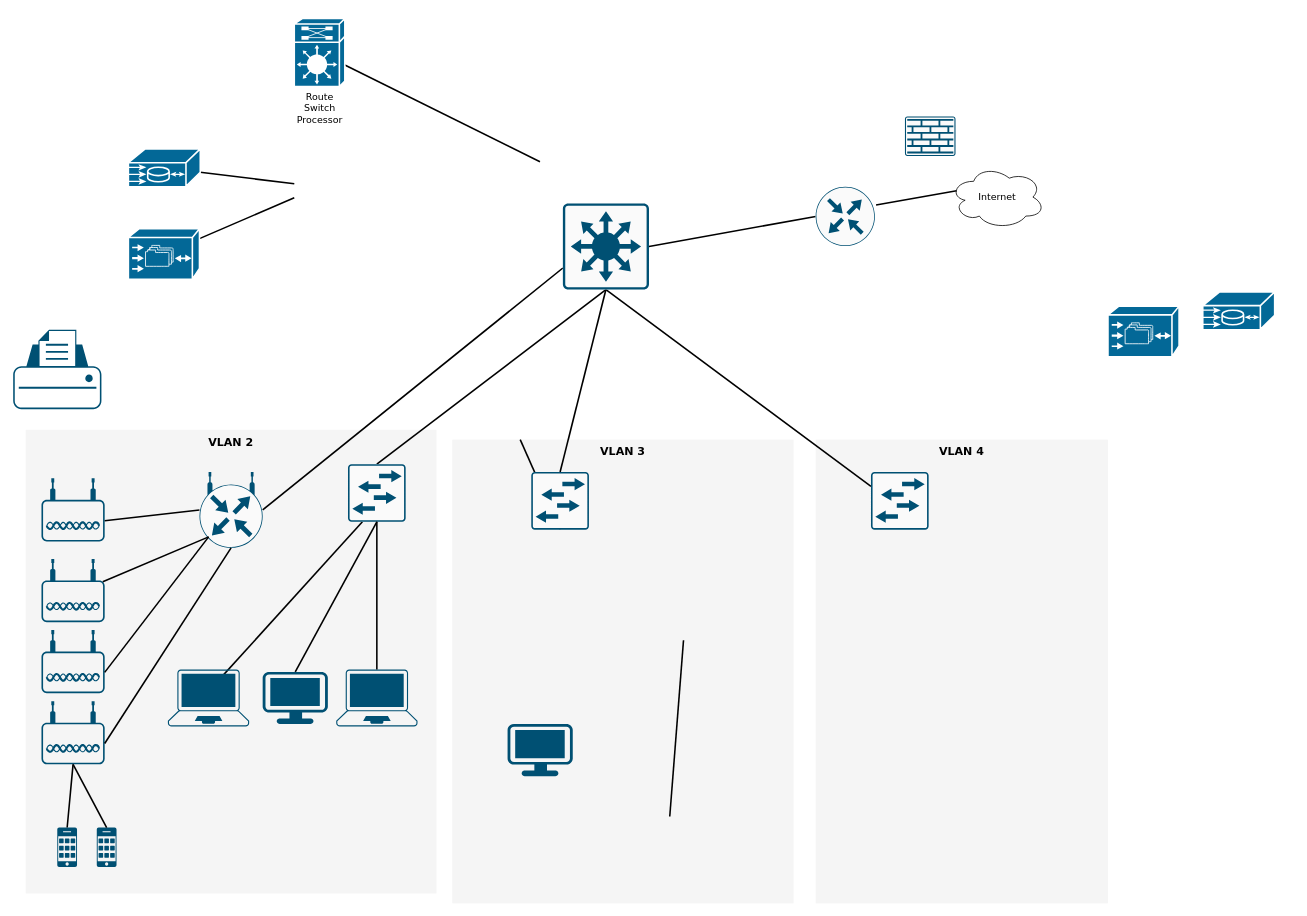
This is 未命名绘图.drawio from hayden-pzhou/drawioChart, a draw.io file, before an edit. Source tidied: cells renumbered, new cells numbered last; positions are measured from the earlier drawing's top-left corner, leaving out a move shared by most shapes. Both pictures are drawn from the tidied source at 79%, with x=0, y=0 at pixel (13, 18).
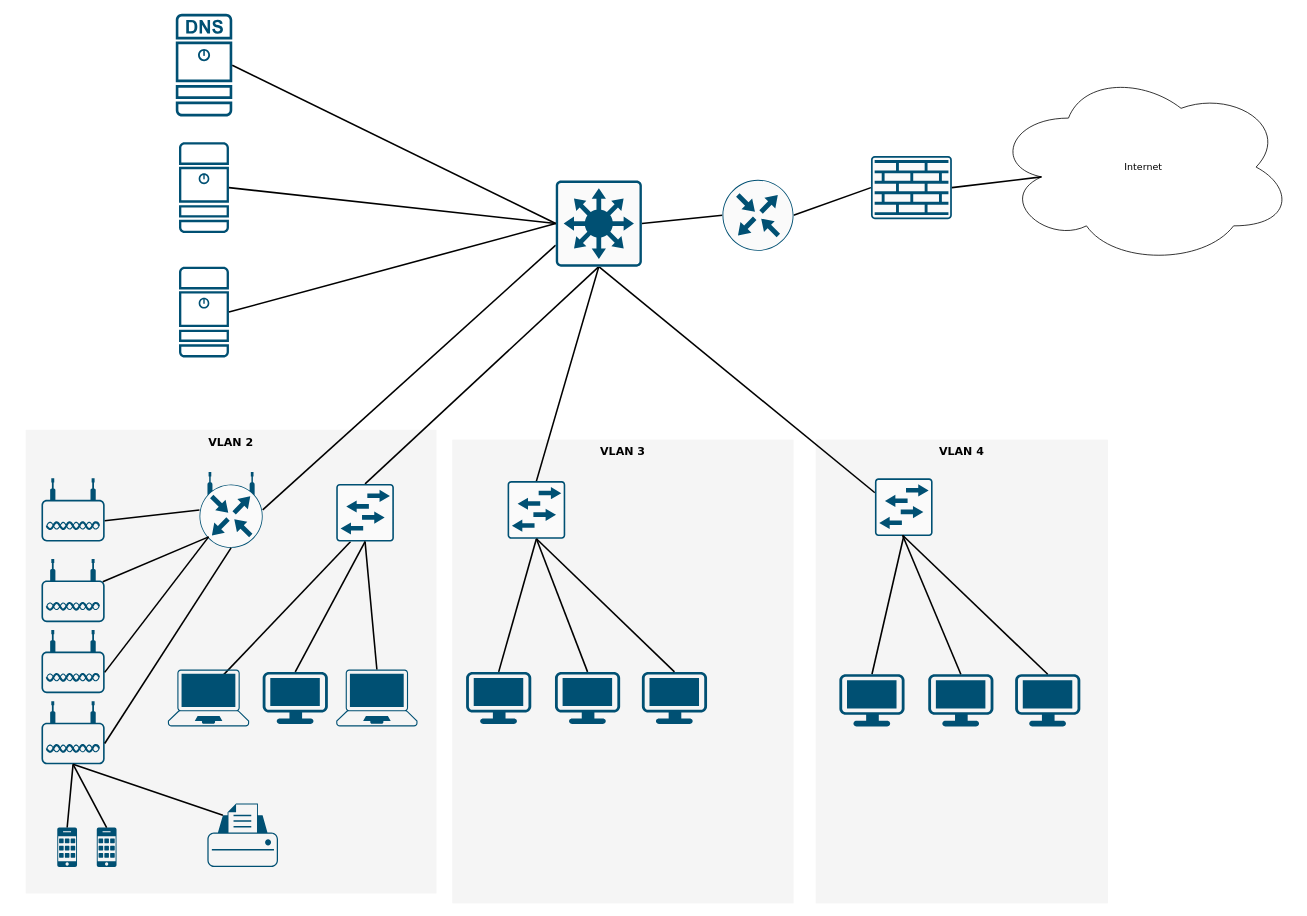
Above is the later version.

Commit message (it also covers changes not shown here):
更新未命名绘图.drawio

The change refers to these unchanged cells:
```xml
<mxCell id="3" value="VLAN 3" style="whiteSpace=wrap;html=1;rounded=0;shadow=0;comic=0;strokeWidth=1;fontFamily=Verdana;fontSize=14;fillColor=#f5f5f5;strokeColor=none;fontStyle=1;verticalAlign=top;" parent="1" vertex="1">
  <mxGeometry x="556" y="533" width="432" height="587" as="geometry" />
</mxCell>
<mxCell id="39" style="points=[[0.03,0.36,0],[0.18,0,0],[0.5,0.34,0],[0.82,0,0],[0.97,0.36,0],[1,0.67,0],[0.975,0.975,0],[0.5,1,0],[0.025,0.975,0],[0,0.67,0]];verticalLabelPosition=bottom;sketch=0;html=1;verticalAlign=top;align=center;shape=mxgraph.cisco19.wireless_access_point;fillColor=#005073;strokeColor=none;" parent="1" vertex="1">
  <mxGeometry x="36" y="864" width="80" height="80" as="geometry" />
</mxCell>
```

Change to the diagram source:
```diff
@@
-    <mxCell id="5" style="edgeStyle=none;html=1;labelBackgroundColor=none;startFill=0;endArrow=none;endFill=0;strokeWidth=2;fontFamily=Verdana;fontSize=12;" parent="1" edge="1" source="6">
-      <mxGeometry relative="1" as="geometry">
-        <mxPoint x="667" y="181.2" as="targetPoint" />
-      </mxGeometry>
-    </mxCell>
-    <mxCell id="6" value="Route&lt;div&gt;Switch&lt;/div&gt;&lt;div&gt;Processor&lt;/div&gt;" style="shape=mxgraph.cisco.misc.route_switch_processor;html=1;dashed=0;fillColor=#036897;strokeColor=#ffffff;strokeWidth=2;verticalLabelPosition=bottom;verticalAlign=top;rounded=0;shadow=0;comic=0;fontFamily=Verdana;fontSize=12;" parent="1" vertex="1">
-      <mxGeometry x="356" width="64" height="86" as="geometry" />
-    </mxCell>
@@
-    <mxCell id="11" style="edgeStyle=none;html=1;labelBackgroundColor=none;startFill=0;endArrow=none;endFill=0;strokeWidth=2;fontFamily=Verdana;fontSize=12;" parent="1" edge="1" target="14">
-      <mxGeometry relative="1" as="geometry">
-        <mxPoint x="356" y="209.1" as="sourcePoint" />
-      </mxGeometry>
-    </mxCell>
-    <mxCell id="12" style="edgeStyle=none;html=1;labelBackgroundColor=none;startFill=0;endArrow=none;endFill=0;strokeWidth=2;fontFamily=Verdana;fontSize=12;" parent="1" edge="1" target="13">
-      <mxGeometry relative="1" as="geometry">
-        <mxPoint x="356" y="226.8" as="sourcePoint" />
-      </mxGeometry>
-    </mxCell>
-    <mxCell id="13" style="shape=mxgraph.cisco.storage.cisco_file_engine;html=1;dashed=0;fillColor=#036897;strokeColor=#ffffff;strokeWidth=2;verticalLabelPosition=bottom;verticalAlign=top;rounded=0;shadow=0;comic=0;fontFamily=Verdana;fontSize=12;" parent="1" vertex="1">
-      <mxGeometry x="146" y="266" width="90" height="64" as="geometry" />
-    </mxCell>
-    <mxCell id="14" style="shape=mxgraph.cisco.misc.me1100;html=1;dashed=0;fillColor=#036897;strokeColor=#ffffff;strokeWidth=2;verticalLabelPosition=bottom;verticalAlign=top;rounded=0;shadow=0;comic=0;fontFamily=Verdana;fontSize=12;" parent="1" vertex="1">
-      <mxGeometry x="146" y="165" width="91" height="48" as="geometry" />
-    </mxCell>
     <mxCell id="15" value="Internet" style="ellipse;shape=cloud;whiteSpace=wrap;html=1;rounded=0;shadow=0;comic=0;strokeWidth=1;fontFamily=Verdana;fontSize=12;" parent="1" vertex="1">
-      <mxGeometry x="1186" y="186" width="120" height="80" as="geometry" />
+      <mxGeometry x="1241" y="64" width="380" height="248" as="geometry" />
     </mxCell>
@@
-    <mxCell id="17" style="shape=mxgraph.cisco.misc.me1100;html=1;dashed=0;fillColor=#036897;strokeColor=#ffffff;strokeWidth=2;verticalLabelPosition=bottom;verticalAlign=top;rounded=0;shadow=0;comic=0;fontFamily=Verdana;fontSize=12;" parent="1" vertex="1">
-      <mxGeometry x="1506" y="346" width="91" height="48" as="geometry" />
-    </mxCell>
-    <mxCell id="18" style="shape=mxgraph.cisco.storage.cisco_file_engine;html=1;dashed=0;fillColor=#036897;strokeColor=#ffffff;strokeWidth=2;verticalLabelPosition=bottom;verticalAlign=top;rounded=0;shadow=0;comic=0;fontFamily=Verdana;fontSize=12;" parent="1" vertex="1">
-      <mxGeometry x="1386" y="364" width="90" height="64" as="geometry" />
-    </mxCell>
-    <mxCell id="19" style="edgeStyle=none;html=1;labelBackgroundColor=none;startFill=0;endArrow=none;endFill=0;strokeWidth=2;fontFamily=Verdana;fontSize=12;" parent="1" edge="1">
-      <mxGeometry relative="1" as="geometry">
-        <mxPoint x="848.7" y="787" as="sourcePoint" />
-        <mxPoint x="831.3" y="1010" as="targetPoint" />
-      </mxGeometry>
+    <mxCell id="19" style="edgeStyle=none;html=1;labelBackgroundColor=none;startFill=0;endArrow=none;endFill=0;strokeWidth=2;fontFamily=Verdana;fontSize=12;exitX=0.5;exitY=1;exitDx=0;exitDy=0;exitPerimeter=0;entryX=0.5;entryY=0;entryDx=0;entryDy=0;entryPerimeter=0;" parent="1" edge="1" source="29" target="48">
+      <mxGeometry relative="1" as="geometry" />
     </mxCell>
-    <mxCell id="20" style="edgeStyle=none;html=1;labelBackgroundColor=none;startFill=0;endArrow=none;endFill=0;strokeWidth=2;fontFamily=Verdana;fontSize=12;entryX=0.5;entryY=1;entryDx=0;entryDy=0;entryPerimeter=0;" parent="1" edge="1" source="3" target="29">
-      <mxGeometry relative="1" as="geometry" />
-    </mxCell>
-    <mxCell id="21" style="edgeStyle=none;html=1;labelBackgroundColor=none;startFill=0;endArrow=none;endFill=0;strokeWidth=2;fontFamily=Verdana;fontSize=12;exitX=1.019;exitY=0.305;exitDx=0;exitDy=0;exitPerimeter=0;entryX=0.07;entryY=0.4;entryDx=0;entryDy=0;entryPerimeter=0;" parent="1" edge="1" source="22" target="15">
+    <mxCell id="21" style="edgeStyle=none;html=1;labelBackgroundColor=none;startFill=0;endArrow=none;endFill=0;strokeWidth=2;fontFamily=Verdana;fontSize=12;exitX=1;exitY=0.5;exitDx=0;exitDy=0;exitPerimeter=0;entryX=0;entryY=0.5;entryDx=0;entryDy=0;entryPerimeter=0;" parent="1" edge="1" source="22" target="25">
       <mxGeometry relative="1" as="geometry" />
     </mxCell>
     <mxCell id="22" style="sketch=0;points=[[0.5,0,0],[1,0.5,0],[0.5,1,0],[0,0.5,0],[0.145,0.145,0],[0.8555,0.145,0],[0.855,0.8555,0],[0.145,0.855,0]];verticalLabelPosition=bottom;html=1;verticalAlign=top;align=center;shape=mxgraph.cisco19.rect;prIcon=router;fillColor=#FAFAFA;strokeColor=#005073;" parent="1" vertex="1">
-      <mxGeometry x="1016" y="213" width="75" height="75" as="geometry" />
+      <mxGeometry x="898" y="204" width="90" height="90" as="geometry" />
     </mxCell>
@@
     <mxCell id="25" style="sketch=0;points=[[0.015,0.015,0],[0.985,0.015,0],[0.985,0.985,0],[0.015,0.985,0],[0.25,0,0],[0.5,0,0],[0.75,0,0],[1,0.25,0],[1,0.5,0],[1,0.75,0],[0.75,1,0],[0.5,1,0],[0.25,1,0],[0,0.75,0],[0,0.5,0],[0,0.25,0]];verticalLabelPosition=bottom;html=1;verticalAlign=top;align=center;shape=mxgraph.cisco19.rect;prIcon=firewall;fillColor=#FAFAFA;strokeColor=#005073;" parent="1" vertex="1">
-      <mxGeometry x="1129" y="124" width="64" height="50" as="geometry" />
+      <mxGeometry x="1086" y="174" width="102.4" height="80" as="geometry" />
     </mxCell>
     <mxCell id="26" style="points=[[0.22,0.185,0],[0.5,0,0],[0.78,0.185,0],[0.975,0.49,0],[1,0.73,0],[0.975,0.97,0],[0.5,1,0],[0.025,0.97,0],[0,0.73,0],[0.025,0.49,0]];verticalLabelPosition=bottom;sketch=0;html=1;verticalAlign=top;align=center;shape=mxgraph.cisco19.printer;fillColor=#005073;strokeColor=none;" parent="1" vertex="1">
-      <mxGeometry x="0.2" y="394" width="111.7" height="100.5" as="geometry" />
+      <mxGeometry x="246" y="993.5" width="89.4" height="80.5" as="geometry" />
     </mxCell>
     <mxCell id="27" style="sketch=0;points=[[0.015,0.015,0],[0.985,0.015,0],[0.985,0.985,0],[0.015,0.985,0],[0.25,0,0],[0.5,0,0],[0.75,0,0],[1,0.25,0],[1,0.5,0],[1,0.75,0],[0.75,1,0],[0.5,1,0],[0.25,1,0],[0,0.75,0],[0,0.5,0],[0,0.25,0]];verticalLabelPosition=bottom;html=1;verticalAlign=top;align=center;shape=mxgraph.cisco19.rect;prIcon=l3_switch;fillColor=#FAFAFA;strokeColor=#005073;direction=south;" parent="1" vertex="1">
-      <mxGeometry x="696" y="234" width="109" height="109" as="geometry" />
+      <mxGeometry x="687" y="205" width="109" height="109" as="geometry" />
     </mxCell>
     <mxCell id="28" style="sketch=0;points=[[0.015,0.015,0],[0.985,0.015,0],[0.985,0.985,0],[0.015,0.985,0],[0.25,0,0],[0.5,0,0],[0.75,0,0],[1,0.25,0],[1,0.5,0],[1,0.75,0],[0.75,1,0],[0.5,1,0],[0.25,1,0],[0,0.75,0],[0,0.5,0],[0,0.25,0]];verticalLabelPosition=bottom;html=1;verticalAlign=top;align=center;shape=mxgraph.cisco19.rect;prIcon=l2_switch;fillColor=#FAFAFA;strokeColor=#005073;" parent="1" vertex="1">
-      <mxGeometry x="424" y="564" width="73" height="73" as="geometry" />
+      <mxGeometry x="409.1" y="589" width="73" height="73" as="geometry" />
     </mxCell>
     <mxCell id="29" style="sketch=0;points=[[0.015,0.015,0],[0.985,0.015,0],[0.985,0.985,0],[0.015,0.985,0],[0.25,0,0],[0.5,0,0],[0.75,0,0],[1,0.25,0],[1,0.5,0],[1,0.75,0],[0.75,1,0],[0.5,1,0],[0.25,1,0],[0,0.75,0],[0,0.5,0],[0,0.25,0]];verticalLabelPosition=bottom;html=1;verticalAlign=top;align=center;shape=mxgraph.cisco19.rect;prIcon=l2_switch;fillColor=#FAFAFA;strokeColor=#005073;" parent="1" vertex="1">
-      <mxGeometry x="656" y="574" width="73" height="73" as="geometry" />
+      <mxGeometry x="626" y="585.5" width="73" height="73" as="geometry" />
     </mxCell>
     <mxCell id="30" style="sketch=0;points=[[0.015,0.015,0],[0.985,0.015,0],[0.985,0.985,0],[0.015,0.985,0],[0.25,0,0],[0.5,0,0],[0.75,0,0],[1,0.25,0],[1,0.5,0],[1,0.75,0],[0.75,1,0],[0.5,1,0],[0.25,1,0],[0,0.75,0],[0,0.5,0],[0,0.25,0]];verticalLabelPosition=bottom;html=1;verticalAlign=top;align=center;shape=mxgraph.cisco19.rect;prIcon=l2_switch;fillColor=#FAFAFA;strokeColor=#005073;" parent="1" vertex="1">
-      <mxGeometry x="1086" y="574" width="73" height="73" as="geometry" />
+      <mxGeometry x="1091" y="582" width="73" height="73" as="geometry" />
     </mxCell>
@@
     <mxCell id="48" style="points=[[0.03,0.03,0],[0.5,0,0],[0.97,0.03,0],[1,0.4,0],[0.97,0.745,0],[0.5,1,0],[0.03,0.745,0],[0,0.4,0]];verticalLabelPosition=bottom;sketch=0;html=1;verticalAlign=top;align=center;shape=mxgraph.cisco19.workstation;fillColor=#005073;strokeColor=none;" parent="1" vertex="1">
-      <mxGeometry x="626" y="893" width="82.5" height="66" as="geometry" />
+      <mxGeometry x="573.5" y="827" width="82.5" height="66" as="geometry" />
     </mxCell>
+    <mxCell id="49" style="points=[[0.03,0.03,0],[0.5,0,0],[0.97,0.03,0],[1,0.4,0],[0.97,0.745,0],[0.5,1,0],[0.03,0.745,0],[0,0.4,0]];verticalLabelPosition=bottom;sketch=0;html=1;verticalAlign=top;align=center;shape=mxgraph.cisco19.workstation;fillColor=#005073;strokeColor=none;" parent="1" vertex="1">
+      <mxGeometry x="686" y="827" width="82.5" height="66" as="geometry" />
+    </mxCell>
+    <mxCell id="50" style="points=[[0.03,0.03,0],[0.5,0,0],[0.97,0.03,0],[1,0.4,0],[0.97,0.745,0],[0.5,1,0],[0.03,0.745,0],[0,0.4,0]];verticalLabelPosition=bottom;sketch=0;html=1;verticalAlign=top;align=center;shape=mxgraph.cisco19.workstation;fillColor=#005073;strokeColor=none;" parent="1" vertex="1">
+      <mxGeometry x="796" y="827" width="82.5" height="66" as="geometry" />
+    </mxCell>
+    <mxCell id="51" style="edgeStyle=none;html=1;labelBackgroundColor=none;startFill=0;endArrow=none;endFill=0;strokeWidth=2;fontFamily=Verdana;fontSize=12;exitX=0.5;exitY=1;exitDx=0;exitDy=0;exitPerimeter=0;entryX=0.5;entryY=0;entryDx=0;entryDy=0;entryPerimeter=0;" parent="1" edge="1" source="29" target="49">
+      <mxGeometry relative="1" as="geometry" />
+    </mxCell>
+    <mxCell id="52" style="edgeStyle=none;html=1;labelBackgroundColor=none;startFill=0;endArrow=none;endFill=0;strokeWidth=2;fontFamily=Verdana;fontSize=12;exitX=0.5;exitY=1;exitDx=0;exitDy=0;exitPerimeter=0;entryX=0.5;entryY=0;entryDx=0;entryDy=0;entryPerimeter=0;" parent="1" edge="1" source="29" target="50">
+      <mxGeometry relative="1" as="geometry" />
+    </mxCell>
+    <mxCell id="53" style="edgeStyle=none;html=1;labelBackgroundColor=none;startFill=0;endArrow=none;endFill=0;strokeWidth=2;fontFamily=Verdana;fontSize=12;exitX=0.5;exitY=1;exitDx=0;exitDy=0;exitPerimeter=0;entryX=0.5;entryY=0;entryDx=0;entryDy=0;entryPerimeter=0;" parent="1" edge="1" source="30" target="54">
+      <mxGeometry relative="1" as="geometry" />
+    </mxCell>
+    <mxCell id="54" style="points=[[0.03,0.03,0],[0.5,0,0],[0.97,0.03,0],[1,0.4,0],[0.97,0.745,0],[0.5,1,0],[0.03,0.745,0],[0,0.4,0]];verticalLabelPosition=bottom;sketch=0;html=1;verticalAlign=top;align=center;shape=mxgraph.cisco19.workstation;fillColor=#005073;strokeColor=none;" parent="1" vertex="1">
+      <mxGeometry x="1046" y="830" width="82.5" height="66" as="geometry" />
+    </mxCell>
+    <mxCell id="55" style="points=[[0.03,0.03,0],[0.5,0,0],[0.97,0.03,0],[1,0.4,0],[0.97,0.745,0],[0.5,1,0],[0.03,0.745,0],[0,0.4,0]];verticalLabelPosition=bottom;sketch=0;html=1;verticalAlign=top;align=center;shape=mxgraph.cisco19.workstation;fillColor=#005073;strokeColor=none;" parent="1" vertex="1">
+      <mxGeometry x="1158.5" y="830" width="82.5" height="66" as="geometry" />
+    </mxCell>
+    <mxCell id="56" style="points=[[0.03,0.03,0],[0.5,0,0],[0.97,0.03,0],[1,0.4,0],[0.97,0.745,0],[0.5,1,0],[0.03,0.745,0],[0,0.4,0]];verticalLabelPosition=bottom;sketch=0;html=1;verticalAlign=top;align=center;shape=mxgraph.cisco19.workstation;fillColor=#005073;strokeColor=none;" parent="1" vertex="1">
+      <mxGeometry x="1268.5" y="830" width="82.5" height="66" as="geometry" />
+    </mxCell>
+    <mxCell id="57" style="edgeStyle=none;html=1;labelBackgroundColor=none;startFill=0;endArrow=none;endFill=0;strokeWidth=2;fontFamily=Verdana;fontSize=12;entryX=0.5;entryY=0;entryDx=0;entryDy=0;entryPerimeter=0;" parent="1" edge="1" target="55">
+      <mxGeometry relative="1" as="geometry">
+        <mxPoint x="1126" y="654" as="sourcePoint" />
+      </mxGeometry>
+    </mxCell>
+    <mxCell id="58" style="edgeStyle=none;html=1;labelBackgroundColor=none;startFill=0;endArrow=none;endFill=0;strokeWidth=2;fontFamily=Verdana;fontSize=12;entryX=0.5;entryY=0;entryDx=0;entryDy=0;entryPerimeter=0;" parent="1" edge="1" target="56">
+      <mxGeometry relative="1" as="geometry">
+        <mxPoint x="1126" y="654" as="sourcePoint" />
+      </mxGeometry>
+    </mxCell>
+    <mxCell id="59" style="edgeStyle=none;html=1;labelBackgroundColor=none;startFill=0;endArrow=none;endFill=0;strokeWidth=2;fontFamily=Verdana;fontSize=12;exitX=1;exitY=0.5;exitDx=0;exitDy=0;exitPerimeter=0;entryX=0.16;entryY=0.55;entryDx=0;entryDy=0;entryPerimeter=0;" parent="1" edge="1" source="25" target="15">
+      <mxGeometry relative="1" as="geometry" />
+    </mxCell>
+    <mxCell id="60" style="edgeStyle=none;html=1;labelBackgroundColor=none;startFill=0;endArrow=none;endFill=0;strokeWidth=2;fontFamily=Verdana;fontSize=12;exitX=0.5;exitY=1;exitDx=0;exitDy=0;exitPerimeter=0;entryX=0.22;entryY=0.185;entryDx=0;entryDy=0;entryPerimeter=0;" parent="1" edge="1" source="39" target="26">
+      <mxGeometry relative="1" as="geometry" />
+    </mxCell>
+    <mxCell id="61" style="sketch=0;points=[[0.015,0.015,0],[0.985,0.015,0],[0.985,0.985,0],[0.015,0.985,0],[0.25,0,0],[0.5,0,0],[0.75,0,0],[1,0.25,0],[1,0.5,0],[1,0.75,0],[0.75,1,0],[0.5,1,0],[0.25,1,0],[0,0.75,0],[0,0.5,0],[0,0.25,0]];verticalLabelPosition=bottom;html=1;verticalAlign=top;align=center;shape=mxgraph.cisco19.dns_server;fillColor=#005073;strokeColor=none;" parent="1" vertex="1">
+      <mxGeometry x="206" y="-6" width="71.5" height="130" as="geometry" />
+    </mxCell>
+    <mxCell id="62" style="edgeStyle=none;html=1;labelBackgroundColor=none;startFill=0;endArrow=none;endFill=0;strokeWidth=2;fontFamily=Verdana;fontSize=12;entryX=0.5;entryY=1;entryDx=0;entryDy=0;entryPerimeter=0;exitX=1;exitY=0.5;exitDx=0;exitDy=0;exitPerimeter=0;" parent="1" edge="1" source="61" target="27">
+      <mxGeometry relative="1" as="geometry" />
+    </mxCell>
+    <mxCell id="63" style="sketch=0;points=[[0.015,0.015,0],[0.985,0.015,0],[0.985,0.985,0],[0.015,0.985,0],[0.25,0,0],[0.5,0,0],[0.75,0,0],[1,0.25,0],[1,0.5,0],[1,0.75,0],[0.75,1,0],[0.5,1,0],[0.25,1,0],[0,0.75,0],[0,0.5,0],[0,0.25,0]];verticalLabelPosition=bottom;html=1;verticalAlign=top;align=center;shape=mxgraph.cisco19.server;fillColor=#005073;strokeColor=none;" parent="1" vertex="1">
+      <mxGeometry x="210.1" y="156.5" width="63.2" height="115" as="geometry" />
+    </mxCell>
+    <mxCell id="64" style="edgeStyle=none;html=1;labelBackgroundColor=none;startFill=0;endArrow=none;endFill=0;strokeWidth=2;fontFamily=Verdana;fontSize=12;exitX=1;exitY=0.5;exitDx=0;exitDy=0;exitPerimeter=0;entryX=0.5;entryY=1;entryDx=0;entryDy=0;entryPerimeter=0;" parent="1" edge="1" source="63" target="27">
+      <mxGeometry relative="1" as="geometry" />
+    </mxCell>
+    <mxCell id="65" style="sketch=0;points=[[0.015,0.015,0],[0.985,0.015,0],[0.985,0.985,0],[0.015,0.985,0],[0.25,0,0],[0.5,0,0],[0.75,0,0],[1,0.25,0],[1,0.5,0],[1,0.75,0],[0.75,1,0],[0.5,1,0],[0.25,1,0],[0,0.75,0],[0,0.5,0],[0,0.25,0]];verticalLabelPosition=bottom;html=1;verticalAlign=top;align=center;shape=mxgraph.cisco19.server;fillColor=#005073;strokeColor=none;" parent="1" vertex="1">
+      <mxGeometry x="210.1" y="314" width="63.2" height="115" as="geometry" />
+    </mxCell>
+    <mxCell id="66" style="edgeStyle=none;html=1;labelBackgroundColor=none;startFill=0;endArrow=none;endFill=0;strokeWidth=2;fontFamily=Verdana;fontSize=12;exitX=1;exitY=0.5;exitDx=0;exitDy=0;exitPerimeter=0;entryX=0.5;entryY=1;entryDx=0;entryDy=0;entryPerimeter=0;" parent="1" edge="1" source="65" target="27">
+      <mxGeometry relative="1" as="geometry" />
+    </mxCell>
```
